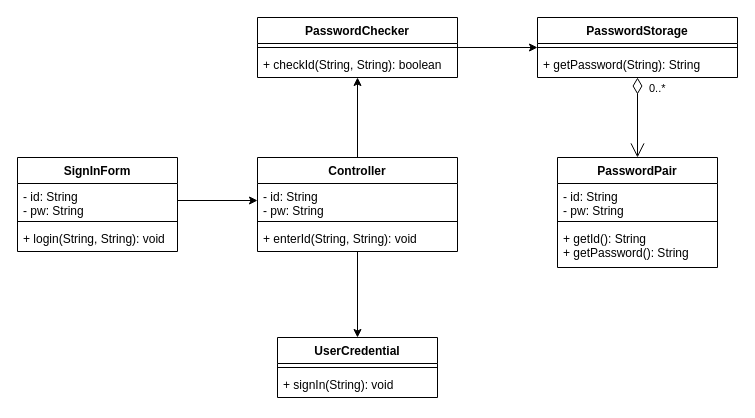
Above: class diagram/Class Diagram 5.drawio in EatChangmyeong/software-engineering (draw.io), before the change. Source tidied: cells renumbered, new cells numbered last; positions are measured from the earlier drawing's top-left corner, leaving out a move shared by most shapes. Both pictures are drawn from the tidied source at 100%, with x=0, y=0 at pixel (17, 17).
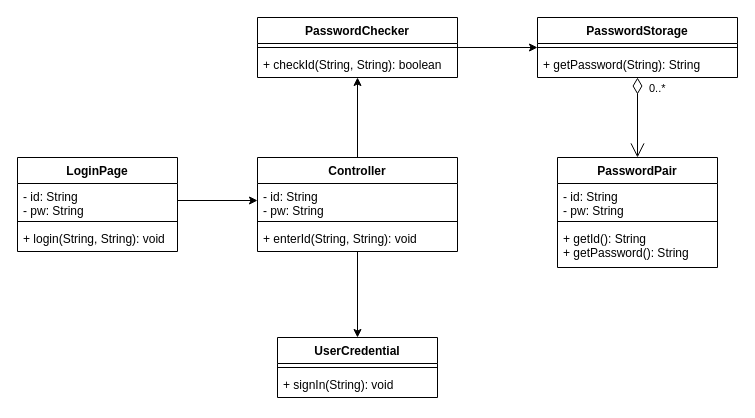
The same diagram, later.

Change to the diagram source:
```diff
@@
-    <mxCell id="2" value="SignInForm" style="swimlane;fontStyle=1;align=center;verticalAlign=top;horizontal=1;startSize=26;" parent="1" vertex="1">
+    <mxCell id="2" value="LoginPage" style="swimlane;fontStyle=1;align=center;verticalAlign=top;horizontal=1;startSize=26;" parent="1" vertex="1">
       <mxGeometry y="140" width="160" height="94" as="geometry" />
     </mxCell>
```
